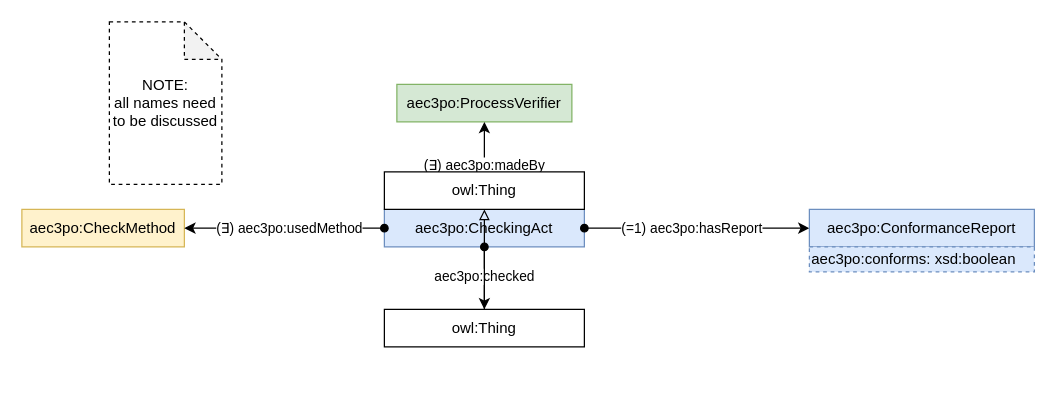
Above: page "checking_act" (10 of 19) of src/aec3po.drawio in Accord-Project/aec3po (draw.io), before the change. Source tidied: cells renumbered, new cells numbered last; positions are measured from the earlier drawing's top-left corner, leaving out a move shared by most shapes. Both pictures are drawn from the tidied source at 125%, with x=0, y=0 at pixel (21, 21).
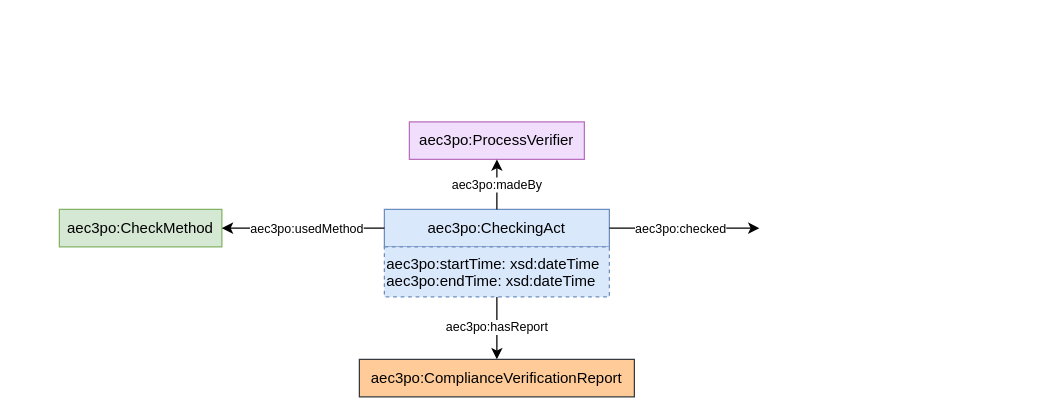
After the change.

Change to the diagram source:
```diff
@@
 <mxGraphModel>
   <root>
     <mxCell id="0" />
     <mxCell id="1" parent="0" />
-    <mxCell id="2" value="aec3po:CheckMethod" style="rounded=0;whiteSpace=wrap;html=1;snapToPoint=1;points=[[0.1,0],[0.2,0],[0.3,0],[0.4,0],[0.5,0],[0.6,0],[0.7,0],[0.8,0],[0.9,0],[0,0.1],[0,0.3],[0,0.5],[0,0.7],[0,0.9],[0.1,1],[0.2,1],[0.3,1],[0.4,1],[0.5,1],[0.6,1],[0.7,1],[0.8,1],[0.9,1],[1,0.1],[1,0.3],[1,0.5],[1,0.7],[1,0.9]];fillColor=#fff2cc;strokeColor=#d6b656;" parent="1" vertex="1">
-      <mxGeometry y="150" width="130" height="30" as="geometry" />
+    <mxCell id="2" value="aec3po:CheckMethod" style="rounded=0;whiteSpace=wrap;html=1;snapToPoint=1;points=[[0.1,0],[0.2,0],[0.3,0],[0.4,0],[0.5,0],[0.6,0],[0.7,0],[0.8,0],[0.9,0],[0,0.1],[0,0.3],[0,0.5],[0,0.7],[0,0.9],[0.1,1],[0.2,1],[0.3,1],[0.4,1],[0.5,1],[0.6,1],[0.7,1],[0.8,1],[0.9,1],[1,0.1],[1,0.3],[1,0.5],[1,0.7],[1,0.9]];fillColor=#d5e8d4;strokeColor=#82b366;fontFamily=Helvetica;" parent="1" vertex="1">
+      <mxGeometry x="30" y="150" width="130" height="30" as="geometry" />
     </mxCell>
-    <mxCell id="3" value="aec3po:CheckingAct" style="rounded=0;whiteSpace=wrap;html=1;snapToPoint=1;points=[[0.1,0],[0.2,0],[0.3,0],[0.4,0],[0.5,0],[0.6,0],[0.7,0],[0.8,0],[0.9,0],[0,0.1],[0,0.3],[0,0.5],[0,0.7],[0,0.9],[0.1,1],[0.2,1],[0.3,1],[0.4,1],[0.5,1],[0.6,1],[0.7,1],[0.8,1],[0.9,1],[1,0.1],[1,0.3],[1,0.5],[1,0.7],[1,0.9]];fillColor=#dae8fc;strokeColor=#6c8ebf;" parent="1" vertex="1">
-      <mxGeometry x="290" y="150" width="160" height="30" as="geometry" />
+    <mxCell id="3" value="aec3po:CheckingAct" style="rounded=0;whiteSpace=wrap;html=1;snapToPoint=1;points=[[0.1,0],[0.2,0],[0.3,0],[0.4,0],[0.5,0],[0.6,0],[0.7,0],[0.8,0],[0.9,0],[0,0.1],[0,0.3],[0,0.5],[0,0.7],[0,0.9],[0.1,1],[0.2,1],[0.3,1],[0.4,1],[0.5,1],[0.6,1],[0.7,1],[0.8,1],[0.9,1],[1,0.1],[1,0.3],[1,0.5],[1,0.7],[1,0.9]];fillColor=#dae8fc;strokeColor=#6c8ebf;fontFamily=Helvetica;" parent="1" vertex="1">
+      <mxGeometry x="290" y="150" width="180" height="30" as="geometry" />
     </mxCell>
-    <mxCell id="4" value="aec3po:ProcessVerifier" style="rounded=0;whiteSpace=wrap;html=1;snapToPoint=1;points=[[0.1,0],[0.2,0],[0.3,0],[0.4,0],[0.5,0],[0.6,0],[0.7,0],[0.8,0],[0.9,0],[0,0.1],[0,0.3],[0,0.5],[0,0.7],[0,0.9],[0.1,1],[0.2,1],[0.3,1],[0.4,1],[0.5,1],[0.6,1],[0.7,1],[0.8,1],[0.9,1],[1,0.1],[1,0.3],[1,0.5],[1,0.7],[1,0.9]];fillColor=#d5e8d4;strokeColor=#82b366;" parent="1" vertex="1">
-      <mxGeometry x="300" y="50" width="140" height="30" as="geometry" />
+    <mxCell id="4" value="aec3po:ProcessVerifier" style="rounded=0;whiteSpace=wrap;html=1;snapToPoint=1;points=[[0.1,0],[0.2,0],[0.3,0],[0.4,0],[0.5,0],[0.6,0],[0.7,0],[0.8,0],[0.9,0],[0,0.1],[0,0.3],[0,0.5],[0,0.7],[0,0.9],[0.1,1],[0.2,1],[0.3,1],[0.4,1],[0.5,1],[0.6,1],[0.7,1],[0.8,1],[0.9,1],[1,0.1],[1,0.3],[1,0.5],[1,0.7],[1,0.9]];fillColor=#F0DEFC;strokeColor=#ba6ebf;fontFamily=Helvetica;" parent="1" vertex="1">
+      <mxGeometry x="310" y="80" width="140" height="30" as="geometry" />
     </mxCell>
-    <mxCell id="5" value="(∃) aec3po:madeBy" style="edgeStyle=orthogonalEdgeStyle;rounded=0;jettySize=auto;html=1;entryX=0.5;entryY=1;entryDx=0;entryDy=0;startArrow=none;startFill=0;endArrow=classic;endFill=1;exitX=0.5;exitY=0;exitDx=0;exitDy=0;" parent="1" edge="1" source="3" target="4">
+    <mxCell id="5" value="aec3po:madeBy" style="edgeStyle=orthogonalEdgeStyle;rounded=0;jettySize=auto;html=1;entryX=0.5;entryY=1;entryDx=0;entryDy=0;startArrow=none;startFill=0;endArrow=classic;endFill=1;exitX=0.5;exitY=0;exitDx=0;exitDy=0;fontFamily=Helvetica;fontSize=10;" parent="1" edge="1" source="3" target="4">
       <mxGeometry relative="1" as="geometry" />
     </mxCell>
-    <mxCell id="6" value="(∃) aec3po:usedMethod" style="edgeStyle=orthogonalEdgeStyle;rounded=0;jettySize=auto;html=1;startArrow=oval;startFill=1;endArrow=classic;endFill=1;" parent="1" edge="1" source="3" target="2">
+    <mxCell id="6" value="aec3po:usedMethod" style="edgeStyle=orthogonalEdgeStyle;rounded=0;jettySize=auto;html=1;startArrow=none;startFill=0;endArrow=classic;endFill=1;fontFamily=Helvetica;fontSize=10;" parent="1" edge="1" source="3" target="2">
       <mxGeometry x="-0.05" relative="1" as="geometry">
         <Array as="points">
           <mxPoint x="362" y="176" />
           <mxPoint x="200" y="176" />
         </Array>
       </mxGeometry>
     </mxCell>
-    <mxCell id="7" value="NOTE: &lt;br&gt;all names need to be discussed" style="shape=note;whiteSpace=wrap;html=1;backgroundOutline=1;darkOpacity=0.05;fontSize=12;strokeColor=default;fillColor=none;dashed=1;" parent="1" vertex="1">
-      <mxGeometry x="70" width="90" height="130" as="geometry" />
-    </mxCell>
-    <mxCell id="8" value="(=1) aec3po:hasReport" style="edgeStyle=orthogonalEdgeStyle;rounded=0;jettySize=auto;html=1;startArrow=oval;startFill=1;endArrow=classic;endFill=1;exitX=1;exitY=0.5;exitDx=0;exitDy=0;" parent="1" edge="1" source="3">
-      <mxGeometry x="-0.05" relative="1" as="geometry">
-        <mxPoint x="630" y="165" as="targetPoint" />
-      </mxGeometry>
+    <mxCell id="8" value="aec3po:hasReport" style="edgeStyle=orthogonalEdgeStyle;rounded=0;jettySize=auto;html=1;startArrow=none;startFill=0;endArrow=classic;endFill=1;exitX=0.5;exitY=1;exitDx=0;exitDy=0;entryX=0.5;entryY=0;entryDx=0;entryDy=0;fontFamily=Helvetica;fontSize=10;" parent="1" edge="1" source="15" target="9">
+      <mxGeometry x="-0.05" relative="1" as="geometry" />
     </mxCell>
-    <mxCell id="9" value="aec3po:ConformanceReport" style="rounded=0;whiteSpace=wrap;html=1;snapToPoint=1;points=[[0.1,0],[0.2,0],[0.3,0],[0.4,0],[0.5,0],[0.6,0],[0.7,0],[0.8,0],[0.9,0],[0,0.1],[0,0.3],[0,0.5],[0,0.7],[0,0.9],[0.1,1],[0.2,1],[0.3,1],[0.4,1],[0.5,1],[0.6,1],[0.7,1],[0.8,1],[0.9,1],[1,0.1],[1,0.3],[1,0.5],[1,0.7],[1,0.9]];fillColor=#dae8fc;strokeColor=#6c8ebf;" parent="1" vertex="1">
-      <mxGeometry x="630" y="150" width="180" height="30" as="geometry" />
+    <mxCell id="9" value="aec3po:ComplianceVerificationReport" style="rounded=0;whiteSpace=wrap;html=1;snapToPoint=1;points=[[0.1,0],[0.2,0],[0.3,0],[0.4,0],[0.5,0],[0.6,0],[0.7,0],[0.8,0],[0.9,0],[0,0.1],[0,0.3],[0,0.5],[0,0.7],[0,0.9],[0.1,1],[0.2,1],[0.3,1],[0.4,1],[0.5,1],[0.6,1],[0.7,1],[0.8,1],[0.9,1],[1,0.1],[1,0.3],[1,0.5],[1,0.7],[1,0.9]];fillColor=#ffcc99;strokeColor=#36393d;fontFamily=Helvetica;" parent="1" vertex="1">
+      <mxGeometry x="270" y="270" width="220" height="30" as="geometry" />
     </mxCell>
-    <mxCell id="10" value="aec3po:conforms: xsd:boolean" style="rounded=0;whiteSpace=wrap;html=1;fillColor=#dae8fc;strokeColor=#6c8ebf;align=left;dashed=1;" parent="1" vertex="1">
-      <mxGeometry x="630" y="180" width="180" height="20" as="geometry" />
-    </mxCell>
-    <mxCell id="11" value="aec3po:checked" style="edgeStyle=orthogonalEdgeStyle;rounded=0;jettySize=auto;html=1;startArrow=oval;startFill=1;endArrow=classic;endFill=1;exitX=0.5;exitY=1;exitDx=0;exitDy=0;" parent="1" edge="1" source="3">
+    <mxCell id="11" value="aec3po:checked" style="edgeStyle=orthogonalEdgeStyle;rounded=0;jettySize=auto;html=1;startArrow=none;startFill=0;endArrow=classic;endFill=1;exitX=1;exitY=0.5;exitDx=0;exitDy=0;fontFamily=Helvetica;fontSize=10;" parent="1" edge="1" source="3">
       <mxGeometry x="-0.05" relative="1" as="geometry">
-        <mxPoint x="370" y="230" as="targetPoint" />
+        <mxPoint x="590" y="165" as="targetPoint" />
       </mxGeometry>
     </mxCell>
-    <mxCell id="12" style="edgeStyle=orthogonalEdgeStyle;shape=connector;rounded=0;jettySize=auto;html=1;labelBackgroundColor=default;strokeColor=default;fontFamily=Helvetica;fontSize=11;fontColor=default;endArrow=block;endFill=0;" parent="1" edge="1" source="13" target="14">
-      <mxGeometry relative="1" as="geometry" />
-    </mxCell>
-    <mxCell id="13" value="owl:Thing" style="rounded=0;whiteSpace=wrap;html=1;snapToPoint=1;points=[[0.1,0],[0.2,0],[0.3,0],[0.4,0],[0.5,0],[0.6,0],[0.7,0],[0.8,0],[0.9,0],[0,0.1],[0,0.3],[0,0.5],[0,0.7],[0,0.9],[0.1,1],[0.2,1],[0.3,1],[0.4,1],[0.5,1],[0.6,1],[0.7,1],[0.8,1],[0.9,1],[1,0.1],[1,0.3],[1,0.5],[1,0.7],[1,0.9]];" parent="1" vertex="1">
-      <mxGeometry x="290" y="230" width="160" height="30" as="geometry" />
-    </mxCell>
-    <mxCell id="14" value="owl:Thing" style="rounded=0;whiteSpace=wrap;html=1;snapToPoint=1;points=[[0.1,0],[0.2,0],[0.3,0],[0.4,0],[0.5,0],[0.6,0],[0.7,0],[0.8,0],[0.9,0],[0,0.1],[0,0.3],[0,0.5],[0,0.7],[0,0.9],[0.1,1],[0.2,1],[0.3,1],[0.4,1],[0.5,1],[0.6,1],[0.7,1],[0.8,1],[0.9,1],[1,0.1],[1,0.3],[1,0.5],[1,0.7],[1,0.9]];" parent="1" vertex="1">
-      <mxGeometry x="290" y="120" width="160" height="30" as="geometry" />
-    </mxCell>
+    <mxCell id="15" value="aec3po:startTime: xsd:dateTime&lt;br style=&quot;border-color: var(--border-color);&quot;&gt;aec3po:endTime: xsd:dateTime" style="rounded=0;whiteSpace=wrap;html=1;snapToPoint=1;points=[[0.1,0],[0.2,0],[0.3,0],[0.4,0],[0.5,0],[0.6,0],[0.7,0],[0.8,0],[0.9,0],[0,0.1],[0,0.3],[0,0.5],[0,0.7],[0,0.9],[0.1,1],[0.2,1],[0.3,1],[0.4,1],[0.5,1],[0.6,1],[0.7,1],[0.8,1],[0.9,1],[1,0.1],[1,0.3],[1,0.5],[1,0.7],[1,0.9]];fillColor=#dae8fc;strokeColor=#6c8ebf;align=left;dashed=1;verticalAlign=top;fontFamily=Helvetica;" parent="1" vertex="1">
+      <mxGeometry x="290" y="180" width="180" height="40" as="geometry" />
+    </mxCell>
   </root>
 </mxGraphModel>
```
